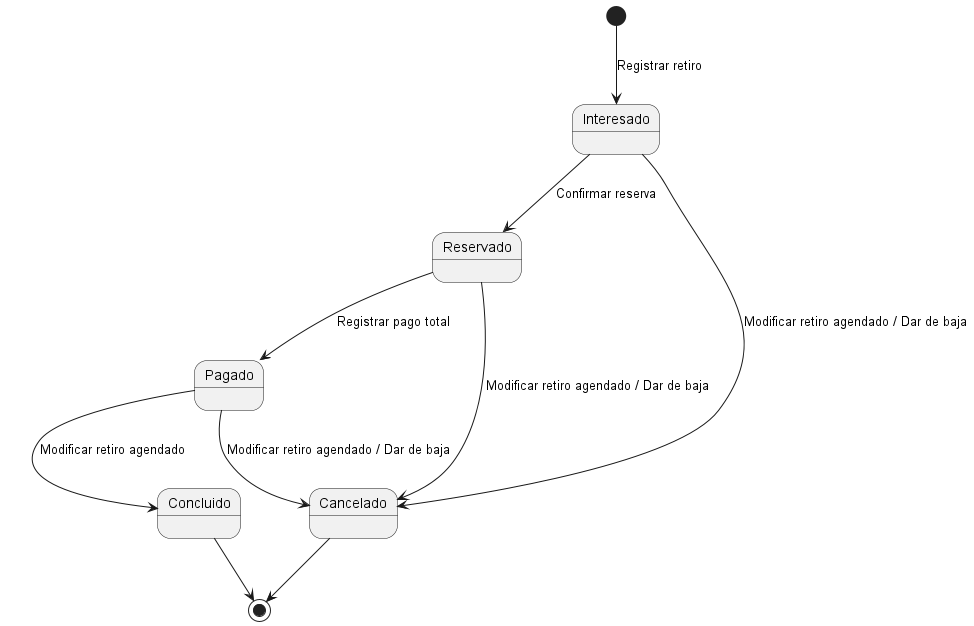
The PlantUML diagram diagramaDeEstados.png in Luca-Tittarelli/tpi-asi, before a commit.
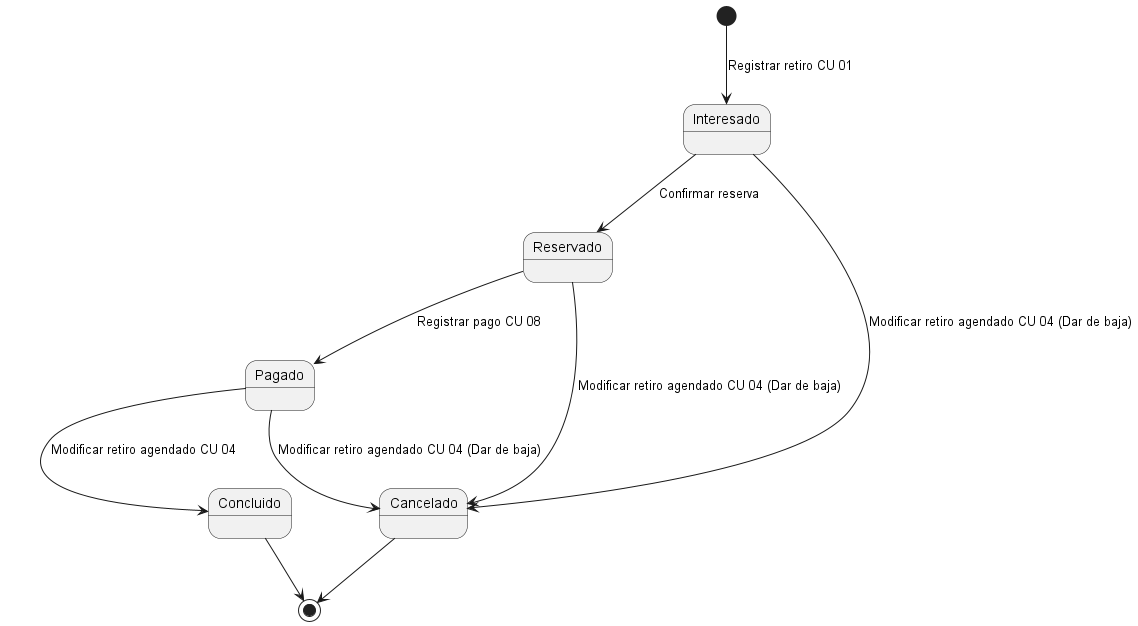
After the change.

The edit, as a diff of the source:
```diff
@@ -1,16 +1,16 @@
 @startuml diagramaDeEstados
 skinparam Monochrome true
 
-[*] --> Interesado : Registrar retiro
+[*] --> Interesado : Registrar retiro CU 01
 
 Interesado --> Reservado : Confirmar reserva
-Interesado --> Cancelado : Modificar retiro agendado / Dar de baja
+Interesado --> Cancelado : Modificar retiro agendado CU 04 (Dar de baja)
 
-Reservado --> Pagado : Registrar pago total
-Reservado --> Cancelado : Modificar retiro agendado / Dar de baja
+Reservado --> Pagado : Registrar pago CU 08
+Reservado --> Cancelado : Modificar retiro agendado CU 04 (Dar de baja)
 
-Pagado --> Concluido : Modificar retiro agendado
-Pagado --> Cancelado : Modificar retiro agendado / Dar de baja
+Pagado --> Concluido : Modificar retiro agendado CU 04
+Pagado --> Cancelado : Modificar retiro agendado CU 04 (Dar de baja)
 
 Concluido --> [*]
 Cancelado --> [*]
```
